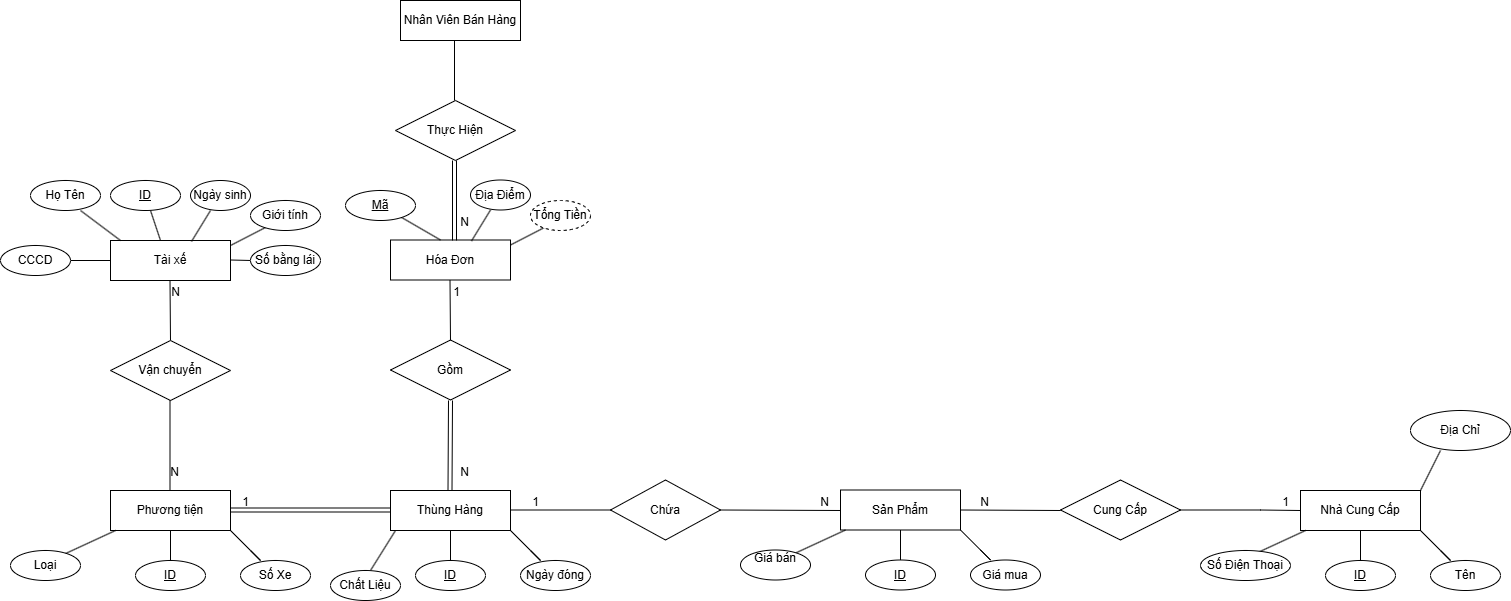
Before: Biểu đồ không có tiêu đề.drawio.png, a diagram exported from draw.io (Dungnony/08-03). Source tidied: cells renumbered, new cells last; positions are measured from the earlier drawing's top-left corner, leaving out a move shared by most shapes.
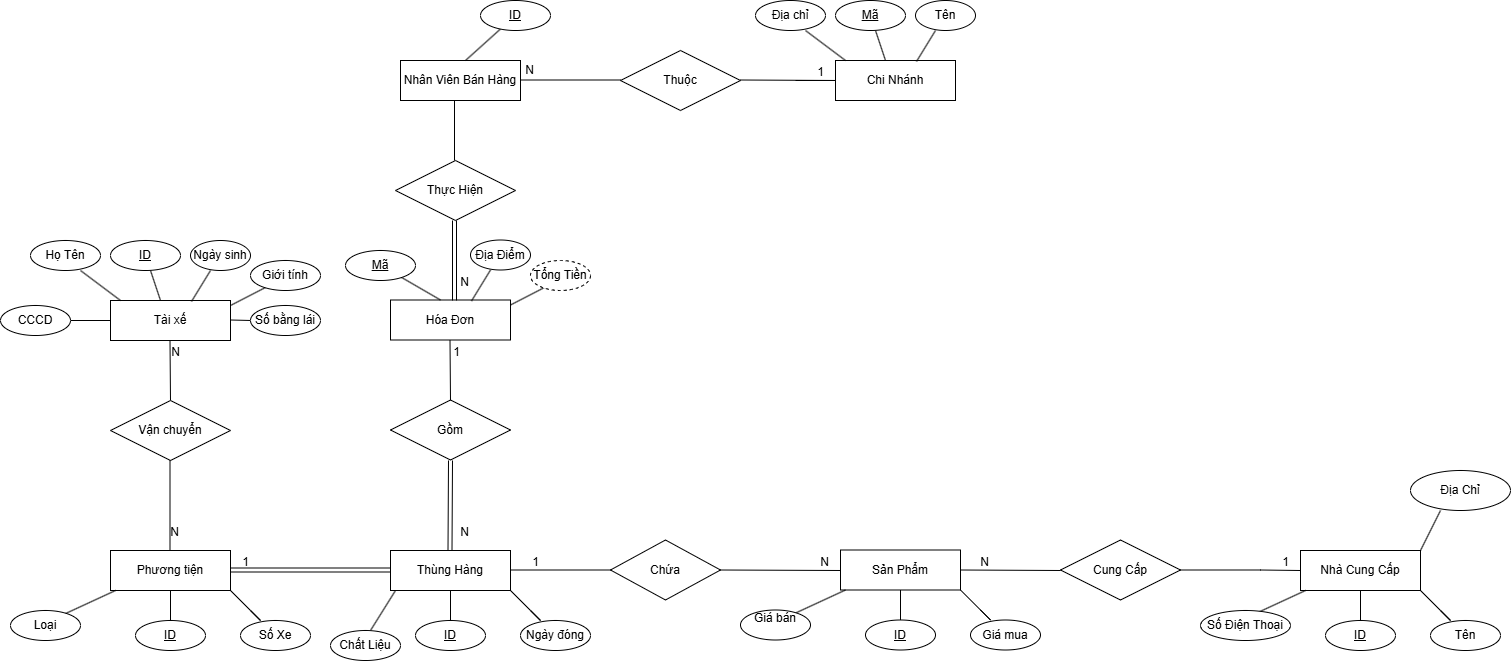
The same file after the commit.

Commit message:
Cập nhật Biểu đồ không có tiêu đề.drawio.png

Diff of the diagram source:
```diff
@@ -360,5 +360,74 @@
     <mxCell id="80" value="Nhân Viên Bán Hàng" style="rounded=0;whiteSpace=wrap;html=1;" parent="1" vertex="1">
       <mxGeometry x="400" width="120" height="40" as="geometry" />
     </mxCell>
+    <mxCell id="81" style="endArrow=none;html=1;rounded=0;" parent="1" edge="1" source="83">
+      <mxGeometry relative="1" as="geometry">
+        <mxPoint x="515" y="-40" as="targetPoint" />
+      </mxGeometry>
+    </mxCell>
+    <mxCell id="82" style="endArrow=none;html=1;rounded=0;" parent="1" edge="1" target="83">
+      <mxGeometry relative="1" as="geometry">
+        <mxPoint x="465" as="sourcePoint" />
+      </mxGeometry>
+    </mxCell>
+    <mxCell id="83" value="ID" style="ellipse;whiteSpace=wrap;html=1;align=center;fontStyle=4;" parent="1" vertex="1">
+      <mxGeometry x="480" y="-60" width="70" height="30" as="geometry" />
+    </mxCell>
+    <mxCell id="84" value="Thuộc" style="shape=rhombus;perimeter=rhombusPerimeter;whiteSpace=wrap;html=1;align=center;" parent="1" vertex="1">
+      <mxGeometry x="620" y="-10" width="120" height="60" as="geometry" />
+    </mxCell>
+    <mxCell id="85" style="endArrow=none;html=1;rounded=0;" parent="1" edge="1">
+      <mxGeometry relative="1" as="geometry">
+        <mxPoint x="740" y="19.5" as="sourcePoint" />
+        <mxPoint x="840" y="20" as="targetPoint" />
+      </mxGeometry>
+    </mxCell>
+    <mxCell id="86" value="1" style="html=1;whiteSpace=wrap;align=right;verticalAlign=bottom;" parent="85" vertex="1">
+      <mxGeometry x="1" relative="1" as="geometry">
+        <mxPoint x="-15" as="offset" />
+      </mxGeometry>
+    </mxCell>
+    <mxCell id="87" style="endArrow=none;html=1;rounded=0;" parent="1" edge="1">
+      <mxGeometry relative="1" as="geometry">
+        <mxPoint x="520" y="19.5" as="sourcePoint" />
+        <mxPoint x="620" y="19.5" as="targetPoint" />
+      </mxGeometry>
+    </mxCell>
+    <mxCell id="88" value="N" style="html=1;whiteSpace=wrap;align=right;verticalAlign=bottom;" parent="1" vertex="1">
+      <mxGeometry x="570" y="10" as="geometry">
+        <mxPoint x="-35" y="8" as="offset" />
+      </mxGeometry>
+    </mxCell>
+    <mxCell id="89" value="Chi Nhánh" style="rounded=0;whiteSpace=wrap;html=1;" parent="1" vertex="1">
+      <mxGeometry x="835" width="120" height="40" as="geometry" />
+    </mxCell>
+    <mxCell id="90" style="endArrow=none;html=1;rounded=0;exitX=0.675;exitY=0.025;exitDx=0;exitDy=0;exitPerimeter=0;" parent="1" edge="1" source="89">
+      <mxGeometry relative="1" as="geometry">
+        <mxPoint x="935" y="-30" as="targetPoint" />
+      </mxGeometry>
+    </mxCell>
+    <mxCell id="91" value="Tên" style="ellipse;whiteSpace=wrap;html=1;align=center;rotation=0;" parent="1" vertex="1">
+      <mxGeometry x="915" y="-60" width="60" height="30" as="geometry" />
+    </mxCell>
+    <mxCell id="92" style="endArrow=none;html=1;rounded=0;" parent="1" edge="1">
+      <mxGeometry relative="1" as="geometry">
+        <mxPoint x="845" as="sourcePoint" />
+        <mxPoint x="805" y="-30" as="targetPoint" />
+      </mxGeometry>
+    </mxCell>
+    <mxCell id="93" value="Địa chỉ" style="ellipse;whiteSpace=wrap;html=1;align=center;" parent="1" vertex="1">
+      <mxGeometry x="755" y="-60" width="70" height="30" as="geometry" />
+    </mxCell>
+    <mxCell id="94" style="endArrow=none;html=1;rounded=0;" parent="1" edge="1" target="95">
+      <mxGeometry relative="1" as="geometry">
+        <mxPoint x="885" as="sourcePoint" />
+      </mxGeometry>
+    </mxCell>
+    <mxCell id="95" value="Mã" style="ellipse;whiteSpace=wrap;html=1;align=center;fontStyle=4;" parent="1" vertex="1">
+      <mxGeometry x="835" y="-60" width="70" height="30" as="geometry" />
+    </mxCell>
+    <mxCell id="96" style="line;strokeWidth=1;dashed=0;labelPosition=right;align=left;verticalAlign=middle;spacingTop=0;spacingLeft=6;" parent="1" vertex="1">
+      <mxGeometry x="795" y="15" width="40" height="10" as="geometry" />
+    </mxCell>
   </root>
 </mxGraphModel>
```
